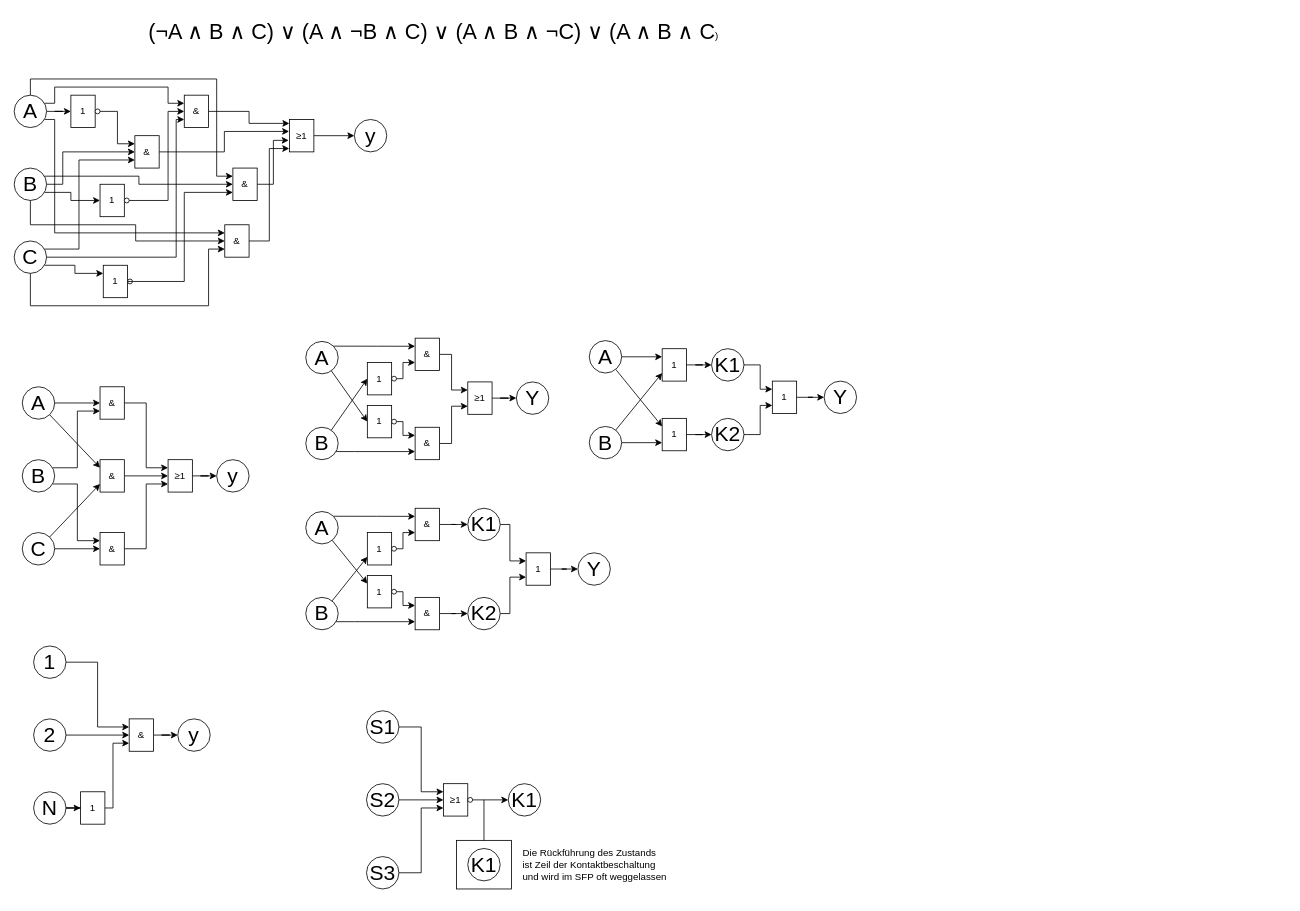
Before: 3-Schalte-SFP.drawio in Protarios/Steuerungstechnik, a draw.io diagram. Source tidied: cells renumbered, new cells numbered last; positions are measured from the earlier drawing's top-left corner, leaving out a move shared by most shapes. Both pictures are drawn from the tidied source at 81%, with x=0, y=0 at pixel (14, 14).
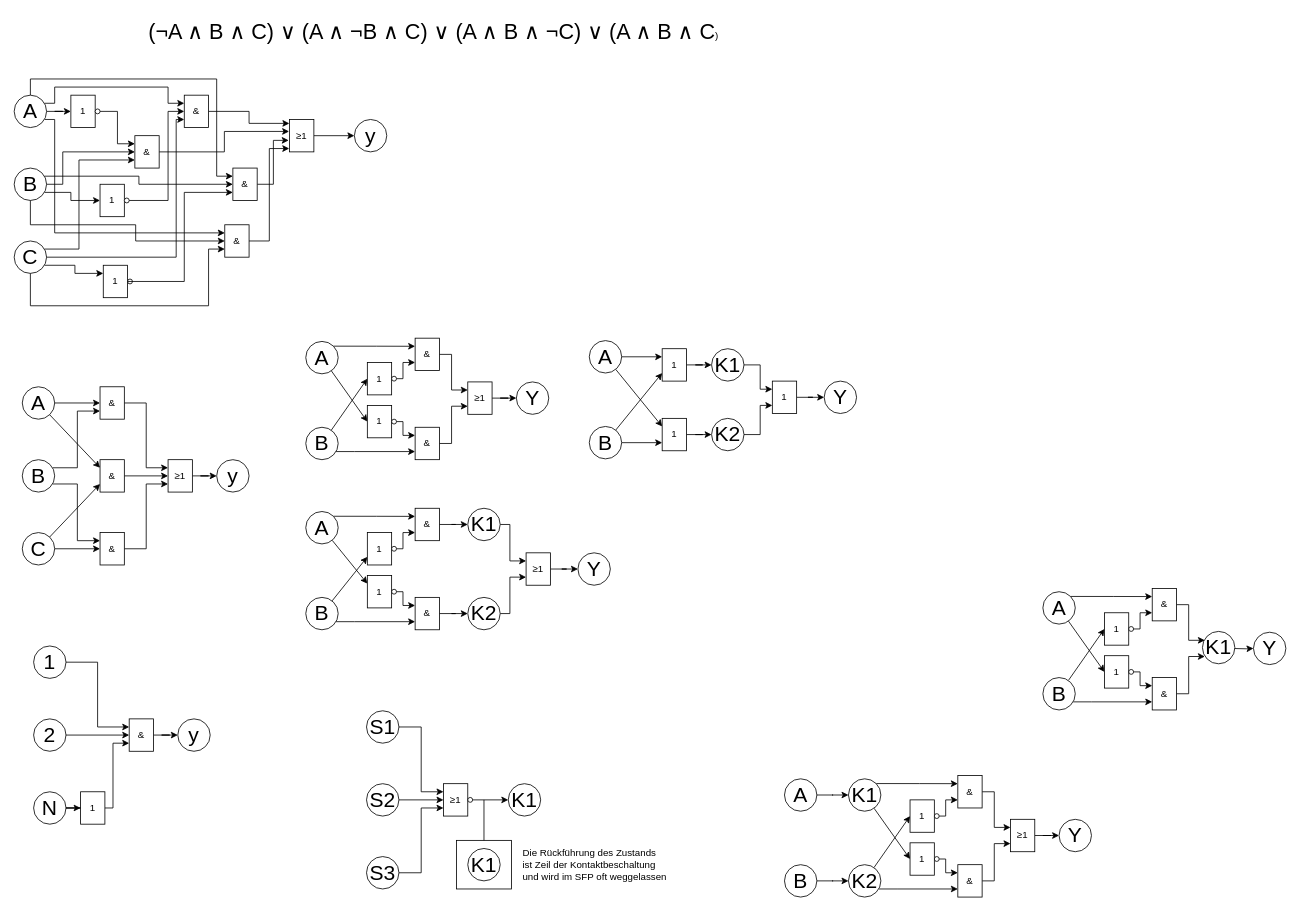
After the change.

What changed in the source:
```diff
@@
-    <mxCell id="120" value="1" style="rounded=0;whiteSpace=wrap;html=1;" parent="1" vertex="1">
+    <mxCell id="120" value="&lt;font face=&quot;Helvetica&quot;&gt;&lt;font&gt;&lt;span style=&quot;color: black; font-weight: normal;&quot;&gt;≥1&lt;/span&gt;&lt;/font&gt;&lt;/font&gt;" style="rounded=0;whiteSpace=wrap;html=1;" parent="1" vertex="1">
       <mxGeometry x="632" y="665" width="30" height="40" as="geometry" />
     </mxCell>
@@
+    <mxCell id="148" style="edgeStyle=orthogonalEdgeStyle;rounded=0;jettySize=auto;html=1;entryX=0;entryY=0.5;entryDx=0;entryDy=0;" parent="1" edge="1" source="149" target="175">
+      <mxGeometry relative="1" as="geometry" />
+    </mxCell>
+    <mxCell id="149" value="A" style="ellipse;whiteSpace=wrap;html=1;fontSize=26;" parent="1" vertex="1">
+      <mxGeometry x="951" y="944" width="40" height="40" as="geometry" />
+    </mxCell>
+    <mxCell id="150" style="edgeStyle=orthogonalEdgeStyle;rounded=0;jettySize=auto;html=1;entryX=0;entryY=0.5;entryDx=0;entryDy=0;" parent="1" edge="1" source="151" target="178">
+      <mxGeometry relative="1" as="geometry" />
+    </mxCell>
+    <mxCell id="151" value="B" style="ellipse;whiteSpace=wrap;html=1;fontSize=26;" parent="1" vertex="1">
+      <mxGeometry x="951" y="1050" width="40" height="40" as="geometry" />
+    </mxCell>
+    <mxCell id="152" style="edgeStyle=orthogonalEdgeStyle;rounded=0;jettySize=auto;html=1;entryX=0;entryY=0.25;entryDx=0;entryDy=0;exitX=1;exitY=0;exitDx=0;exitDy=0;" parent="1" edge="1" source="154" target="166">
+      <mxGeometry relative="1" as="geometry" />
+    </mxCell>
+    <mxCell id="153" style="rounded=0;jettySize=auto;html=1;entryX=0;entryY=0.5;entryDx=0;entryDy=0;" parent="1" edge="1" source="154" target="160">
+      <mxGeometry relative="1" as="geometry" />
+    </mxCell>
+    <mxCell id="154" value="A" style="ellipse;whiteSpace=wrap;html=1;fontSize=26;" parent="1" vertex="1">
+      <mxGeometry x="1270" y="713" width="40" height="40" as="geometry" />
+    </mxCell>
+    <mxCell id="155" style="rounded=0;jettySize=auto;html=1;entryX=0;entryY=0.5;entryDx=0;entryDy=0;" parent="1" edge="1" source="157" target="163">
+      <mxGeometry relative="1" as="geometry" />
+    </mxCell>
+    <mxCell id="156" style="edgeStyle=orthogonalEdgeStyle;rounded=0;jettySize=auto;html=1;entryX=0;entryY=0.75;entryDx=0;entryDy=0;" parent="1" edge="1" source="157" target="170">
+      <mxGeometry relative="1" as="geometry">
+        <Array as="points">
+          <mxPoint x="1330" y="849" />
+          <mxPoint x="1330" y="849" />
+        </Array>
+      </mxGeometry>
+    </mxCell>
+    <mxCell id="157" value="B" style="ellipse;whiteSpace=wrap;html=1;fontSize=26;" parent="1" vertex="1">
+      <mxGeometry x="1270" y="819" width="40" height="40" as="geometry" />
+    </mxCell>
+    <mxCell id="158" value="Y" style="ellipse;whiteSpace=wrap;html=1;fontSize=26;" parent="1" vertex="1">
+      <mxGeometry x="1530" y="763" width="40" height="40" as="geometry" />
+    </mxCell>
+    <mxCell id="159" style="group;" parent="1" vertex="1">
+      <mxGeometry x="1346" y="792" width="36" height="40" as="geometry" />
+    </mxCell>
+    <mxCell id="160" value="1" style="rounded=0;whiteSpace=wrap;html=1;" parent="159" vertex="1">
+      <mxGeometry width="30" height="40" as="geometry" />
+    </mxCell>
+    <mxCell id="161" style="ellipse;whiteSpace=wrap;html=1;" parent="159" vertex="1">
+      <mxGeometry x="30" y="17" width="6" height="6" as="geometry" />
+    </mxCell>
+    <mxCell id="162" style="group;" parent="1" vertex="1">
+      <mxGeometry x="1346" y="739" width="36" height="40" as="geometry" />
+    </mxCell>
+    <mxCell id="163" value="1" style="rounded=0;whiteSpace=wrap;html=1;" parent="162" vertex="1">
+      <mxGeometry width="30" height="40" as="geometry" />
+    </mxCell>
+    <mxCell id="164" style="ellipse;whiteSpace=wrap;html=1;" parent="162" vertex="1">
+      <mxGeometry x="30" y="17" width="6" height="6" as="geometry" />
+    </mxCell>
+    <mxCell id="165" style="edgeStyle=orthogonalEdgeStyle;rounded=0;jettySize=auto;html=1;entryX=0;entryY=0.25;entryDx=0;entryDy=0;" parent="1" edge="1" source="166">
+      <mxGeometry relative="1" as="geometry">
+        <mxPoint x="1470" y="773" as="targetPoint" />
+        <Array as="points">
+          <mxPoint x="1450" y="729" />
+          <mxPoint x="1450" y="773" />
+        </Array>
+      </mxGeometry>
+    </mxCell>
+    <mxCell id="166" value="&amp;amp;" style="rounded=0;whiteSpace=wrap;html=1;" parent="1" vertex="1">
+      <mxGeometry x="1405" y="709" width="30" height="40" as="geometry" />
+    </mxCell>
+    <mxCell id="167" style="edgeStyle=orthogonalEdgeStyle;rounded=0;jettySize=auto;html=1;exitX=1;exitY=0.5;exitDx=0;exitDy=0;entryX=0;entryY=0.75;entryDx=0;entryDy=0;" parent="1" edge="1" source="164" target="166">
+      <mxGeometry relative="1" as="geometry">
+        <Array as="points">
+          <mxPoint x="1390" y="759" />
+          <mxPoint x="1390" y="739" />
+        </Array>
+      </mxGeometry>
+    </mxCell>
+    <mxCell id="168" style="edgeStyle=orthogonalEdgeStyle;rounded=0;jettySize=auto;html=1;" parent="1" edge="1" target="158">
+      <mxGeometry relative="1" as="geometry">
+        <mxPoint x="1500" y="783" as="sourcePoint" />
+      </mxGeometry>
+    </mxCell>
+    <mxCell id="169" style="edgeStyle=orthogonalEdgeStyle;rounded=0;jettySize=auto;html=1;entryX=0;entryY=0.75;entryDx=0;entryDy=0;" parent="1" edge="1" source="170">
+      <mxGeometry relative="1" as="geometry">
+        <mxPoint x="1470" y="793" as="targetPoint" />
+        <Array as="points">
+          <mxPoint x="1450" y="839" />
+          <mxPoint x="1450" y="793" />
+        </Array>
+      </mxGeometry>
+    </mxCell>
+    <mxCell id="170" value="&amp;amp;" style="rounded=0;whiteSpace=wrap;html=1;" parent="1" vertex="1">
+      <mxGeometry x="1405" y="819" width="30" height="40" as="geometry" />
+    </mxCell>
+    <mxCell id="171" style="edgeStyle=orthogonalEdgeStyle;rounded=0;jettySize=auto;html=1;entryX=0;entryY=0.25;entryDx=0;entryDy=0;exitX=1;exitY=0.5;exitDx=0;exitDy=0;" parent="1" edge="1" source="161" target="170">
+      <mxGeometry relative="1" as="geometry">
+        <Array as="points">
+          <mxPoint x="1390" y="812" />
+          <mxPoint x="1390" y="829" />
+        </Array>
+      </mxGeometry>
+    </mxCell>
+    <mxCell id="172" value="K1" style="ellipse;whiteSpace=wrap;html=1;fontSize=26;" parent="1" vertex="1">
+      <mxGeometry x="1467" y="762" width="40" height="40" as="geometry" />
+    </mxCell>
+    <mxCell id="173" style="edgeStyle=orthogonalEdgeStyle;rounded=0;jettySize=auto;html=1;entryX=0;entryY=0.25;entryDx=0;entryDy=0;exitX=1;exitY=0;exitDx=0;exitDy=0;" parent="1" edge="1" source="175" target="187">
+      <mxGeometry relative="1" as="geometry" />
+    </mxCell>
+    <mxCell id="174" style="rounded=0;jettySize=auto;html=1;entryX=0;entryY=0.5;entryDx=0;entryDy=0;" parent="1" edge="1" source="175" target="181">
+      <mxGeometry relative="1" as="geometry" />
+    </mxCell>
+    <mxCell id="175" value="K1" style="ellipse;whiteSpace=wrap;html=1;fontSize=26;" parent="1" vertex="1">
+      <mxGeometry x="1030" y="944" width="40" height="40" as="geometry" />
+    </mxCell>
+    <mxCell id="176" style="rounded=0;jettySize=auto;html=1;entryX=0;entryY=0.5;entryDx=0;entryDy=0;" parent="1" edge="1" source="178" target="184">
+      <mxGeometry relative="1" as="geometry" />
+    </mxCell>
+    <mxCell id="177" style="edgeStyle=orthogonalEdgeStyle;rounded=0;jettySize=auto;html=1;entryX=0;entryY=0.75;entryDx=0;entryDy=0;" parent="1" edge="1" source="178" target="192">
+      <mxGeometry relative="1" as="geometry">
+        <Array as="points">
+          <mxPoint x="1090" y="1080" />
+          <mxPoint x="1090" y="1080" />
+        </Array>
+      </mxGeometry>
+    </mxCell>
+    <mxCell id="178" value="K2" style="ellipse;whiteSpace=wrap;html=1;fontSize=26;" parent="1" vertex="1">
+      <mxGeometry x="1030" y="1050" width="40" height="40" as="geometry" />
+    </mxCell>
+    <mxCell id="179" value="Y" style="ellipse;whiteSpace=wrap;html=1;fontSize=26;" parent="1" vertex="1">
+      <mxGeometry x="1290" y="994" width="40" height="40" as="geometry" />
+    </mxCell>
+    <mxCell id="180" style="group;" parent="1" vertex="1">
+      <mxGeometry x="1106" y="1023" width="36" height="40" as="geometry" />
+    </mxCell>
+    <mxCell id="181" value="1" style="rounded=0;whiteSpace=wrap;html=1;" parent="180" vertex="1">
+      <mxGeometry width="30" height="40" as="geometry" />
+    </mxCell>
+    <mxCell id="182" style="ellipse;whiteSpace=wrap;html=1;" parent="180" vertex="1">
+      <mxGeometry x="30" y="17" width="6" height="6" as="geometry" />
+    </mxCell>
+    <mxCell id="183" style="group;" parent="1" vertex="1">
+      <mxGeometry x="1106" y="970" width="36" height="40" as="geometry" />
+    </mxCell>
+    <mxCell id="184" value="1" style="rounded=0;whiteSpace=wrap;html=1;" parent="183" vertex="1">
+      <mxGeometry width="30" height="40" as="geometry" />
+    </mxCell>
+    <mxCell id="185" style="ellipse;whiteSpace=wrap;html=1;" parent="183" vertex="1">
+      <mxGeometry x="30" y="17" width="6" height="6" as="geometry" />
+    </mxCell>
+    <mxCell id="186" style="edgeStyle=orthogonalEdgeStyle;rounded=0;jettySize=auto;html=1;entryX=0;entryY=0.25;entryDx=0;entryDy=0;" parent="1" edge="1" source="187" target="190">
+      <mxGeometry relative="1" as="geometry">
+        <Array as="points">
+          <mxPoint x="1210" y="960" />
+          <mxPoint x="1210" y="1004" />
+        </Array>
+      </mxGeometry>
+    </mxCell>
+    <mxCell id="187" value="&amp;amp;" style="rounded=0;whiteSpace=wrap;html=1;" parent="1" vertex="1">
+      <mxGeometry x="1165" y="940" width="30" height="40" as="geometry" />
+    </mxCell>
+    <mxCell id="188" style="edgeStyle=orthogonalEdgeStyle;rounded=0;jettySize=auto;html=1;exitX=1;exitY=0.5;exitDx=0;exitDy=0;entryX=0;entryY=0.75;entryDx=0;entryDy=0;" parent="1" edge="1" source="185" target="187">
+      <mxGeometry relative="1" as="geometry">
+        <Array as="points">
+          <mxPoint x="1150" y="990" />
+          <mxPoint x="1150" y="970" />
+        </Array>
+      </mxGeometry>
+    </mxCell>
+    <mxCell id="189" style="edgeStyle=orthogonalEdgeStyle;rounded=0;jettySize=auto;html=1;" parent="1" edge="1" source="190" target="179">
+      <mxGeometry relative="1" as="geometry" />
+    </mxCell>
+    <mxCell id="190" value="&lt;font face=&quot;Helvetica&quot;&gt;&lt;font&gt;&lt;span style=&quot;color: black; font-weight: normal;&quot;&gt;≥1&lt;/span&gt;&lt;/font&gt;&lt;/font&gt;" style="rounded=0;whiteSpace=wrap;html=1;" parent="1" vertex="1">
+      <mxGeometry x="1230" y="994" width="30" height="40" as="geometry" />
+    </mxCell>
+    <mxCell id="191" style="edgeStyle=orthogonalEdgeStyle;rounded=0;jettySize=auto;html=1;entryX=0;entryY=0.75;entryDx=0;entryDy=0;" parent="1" edge="1" source="192" target="190">
+      <mxGeometry relative="1" as="geometry">
+        <Array as="points">
+          <mxPoint x="1210" y="1070" />
+          <mxPoint x="1210" y="1024" />
+        </Array>
+      </mxGeometry>
+    </mxCell>
+    <mxCell id="192" value="&amp;amp;" style="rounded=0;whiteSpace=wrap;html=1;" parent="1" vertex="1">
+      <mxGeometry x="1165" y="1050" width="30" height="40" as="geometry" />
+    </mxCell>
+    <mxCell id="193" style="edgeStyle=orthogonalEdgeStyle;rounded=0;jettySize=auto;html=1;entryX=0;entryY=0.25;entryDx=0;entryDy=0;exitX=1;exitY=0.5;exitDx=0;exitDy=0;" parent="1" edge="1" source="182" target="192">
+      <mxGeometry relative="1" as="geometry">
+        <Array as="points">
+          <mxPoint x="1150" y="1043" />
+          <mxPoint x="1150" y="1060" />
+        </Array>
+      </mxGeometry>
+    </mxCell>
```
